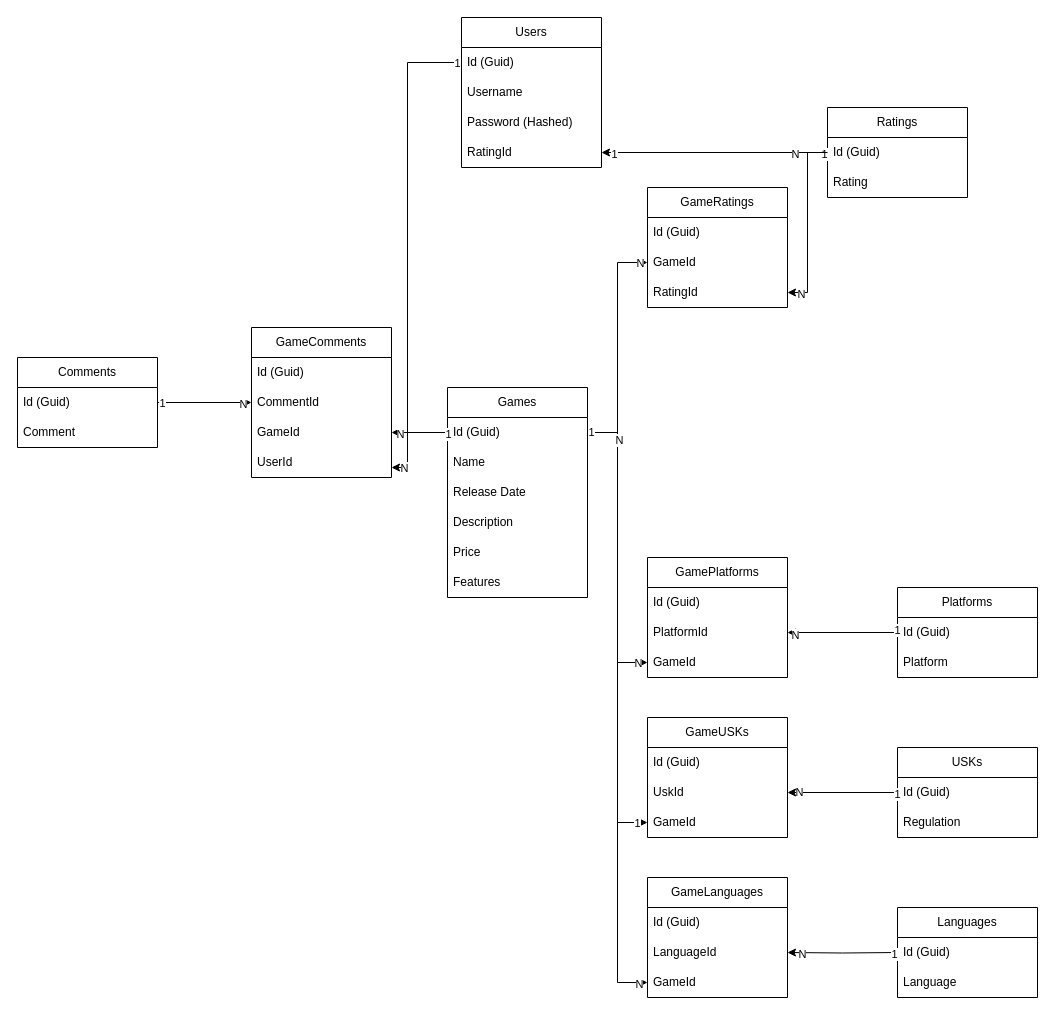
The draw.io diagram Er Modell.drawio in Ianrisch/404_game_portal, before the edit. Source tidied: cells renumbered, new cells numbered last; positions are measured from the earlier drawing's top-left corner, leaving out a move shared by most shapes. Both pictures are drawn from the tidied source at 100%, with x=0, y=0 at pixel (17, 17).
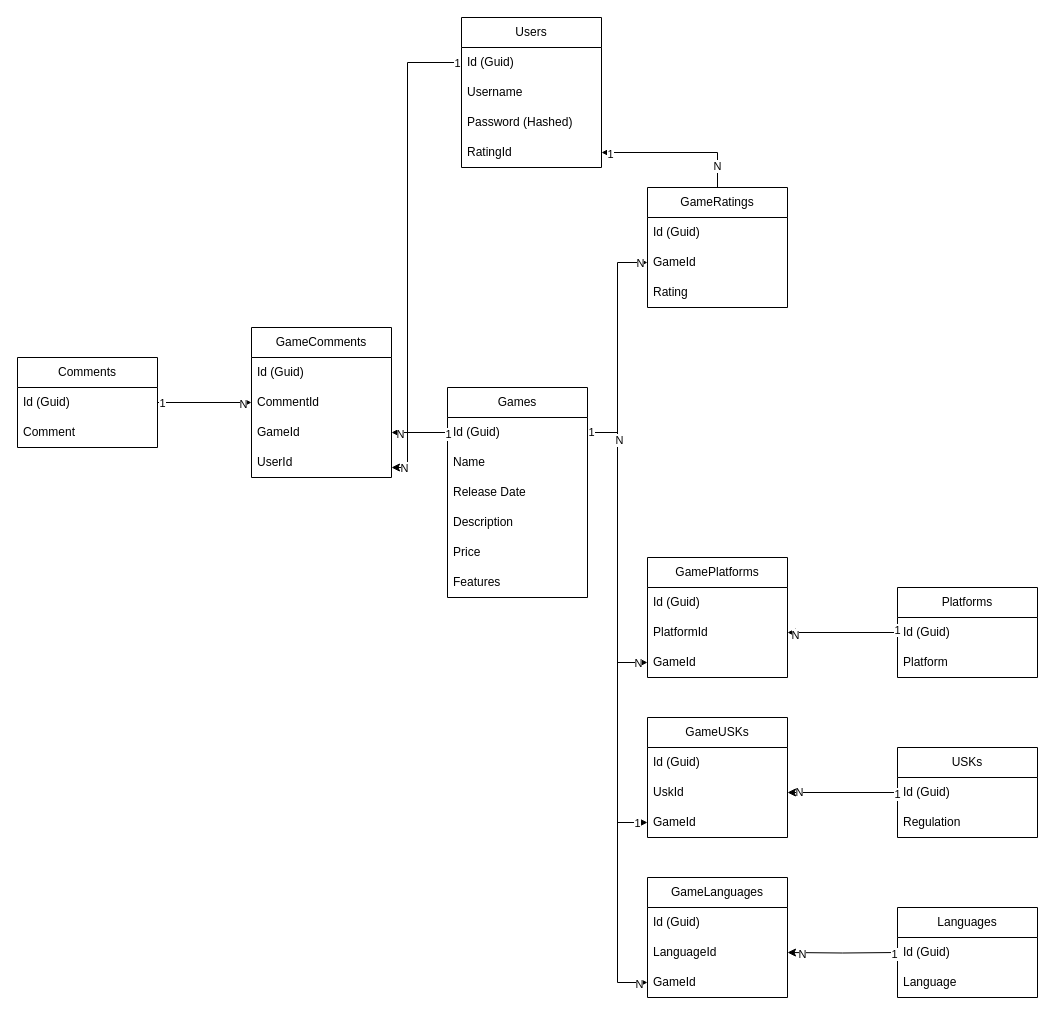
Above is the later version.

The change refers to these unchanged cells:
```xml
<mxCell id="6" value="RatingId" style="text;strokeColor=none;fillColor=none;align=left;verticalAlign=middle;spacingLeft=4;spacingRight=4;overflow=hidden;points=[[0,0.5],[1,0.5]];portConstraint=eastwest;whiteSpace=wrap;html=1;" parent="2" vertex="1">
  <mxGeometry y="120" width="140" height="30" as="geometry" />
</mxCell>
<mxCell id="20" value="GameRatings" style="swimlane;fontStyle=0;horizontal=1;startSize=30;whiteSpace=wrap;html=1;" parent="1" vertex="1">
  <mxGeometry x="630" y="170" width="140" height="120" as="geometry" />
</mxCell>
```

The edit, as a diff of the source:
```diff
@@
-    <mxCell id="7" value="Ratings" style="swimlane;fontStyle=0;horizontal=1;startSize=30;whiteSpace=wrap;html=1;" parent="1" vertex="1">
-      <mxGeometry x="810" y="90" width="140" height="90" as="geometry" />
-    </mxCell>
-    <mxCell id="8" value="Id&lt;span style=&quot;white-space: pre;&quot;&gt;&amp;nbsp;(Guid)&lt;/span&gt;" style="text;strokeColor=none;fillColor=none;align=left;verticalAlign=middle;spacingLeft=4;spacingRight=4;overflow=hidden;points=[[0,0.5],[1,0.5]];portConstraint=eastwest;whiteSpace=wrap;html=1;" parent="7" vertex="1">
-      <mxGeometry y="30" width="140" height="30" as="geometry" />
-    </mxCell>
-    <mxCell id="9" value="Rating" style="text;strokeColor=none;fillColor=none;align=left;verticalAlign=middle;spacingLeft=4;spacingRight=4;overflow=hidden;whiteSpace=wrap;html=1;" parent="7" vertex="1">
-      <mxGeometry y="60" width="140" height="30" as="geometry" />
-    </mxCell>
@@
-    <mxCell id="23" value="RatingId" style="text;strokeColor=none;fillColor=none;align=left;verticalAlign=middle;spacingLeft=4;spacingRight=4;overflow=hidden;points=[[0,0.5],[1,0.5]];portConstraint=eastwest;whiteSpace=wrap;html=1;" parent="20" vertex="1">
+    <mxCell id="23" value="Rating&lt;br&gt;" style="text;strokeColor=none;fillColor=none;align=left;verticalAlign=middle;spacingLeft=4;spacingRight=4;overflow=hidden;points=[[0,0.5],[1,0.5]];portConstraint=eastwest;whiteSpace=wrap;html=1;" parent="20" vertex="1">
       <mxGeometry y="90" width="140" height="30" as="geometry" />
     </mxCell>
-    <mxCell id="24" style="edgeStyle=orthogonalEdgeStyle;rounded=0;jettySize=auto;html=1;entryX=1;entryY=0.5;entryDx=0;entryDy=0;" parent="1" edge="1" source="8" target="23">
-      <mxGeometry relative="1" as="geometry" />
-    </mxCell>
-    <mxCell id="25" value="1" style="edgeLabel;html=1;align=center;verticalAlign=middle;" parent="24" vertex="1">
-      <mxGeometry x="-0.96" y="1" relative="1" as="geometry" />
-    </mxCell>
-    <mxCell id="26" value="N" style="edgeLabel;html=1;align=center;verticalAlign=middle;" parent="24" vertex="1">
-      <mxGeometry x="0.85" y="1" relative="1" as="geometry" />
-    </mxCell>
@@
-    <mxCell id="81" style="edgeStyle=orthogonalEdgeStyle;rounded=0;jettySize=auto;html=1;" parent="1" edge="1" source="8" target="6">
+    <mxCell id="81" style="edgeStyle=orthogonalEdgeStyle;rounded=0;jettySize=auto;html=1;exitX=0.5;exitY=0;exitDx=0;exitDy=0;" parent="1" edge="1" source="20" target="6">
       <mxGeometry relative="1" as="geometry" />
     </mxCell>
```
